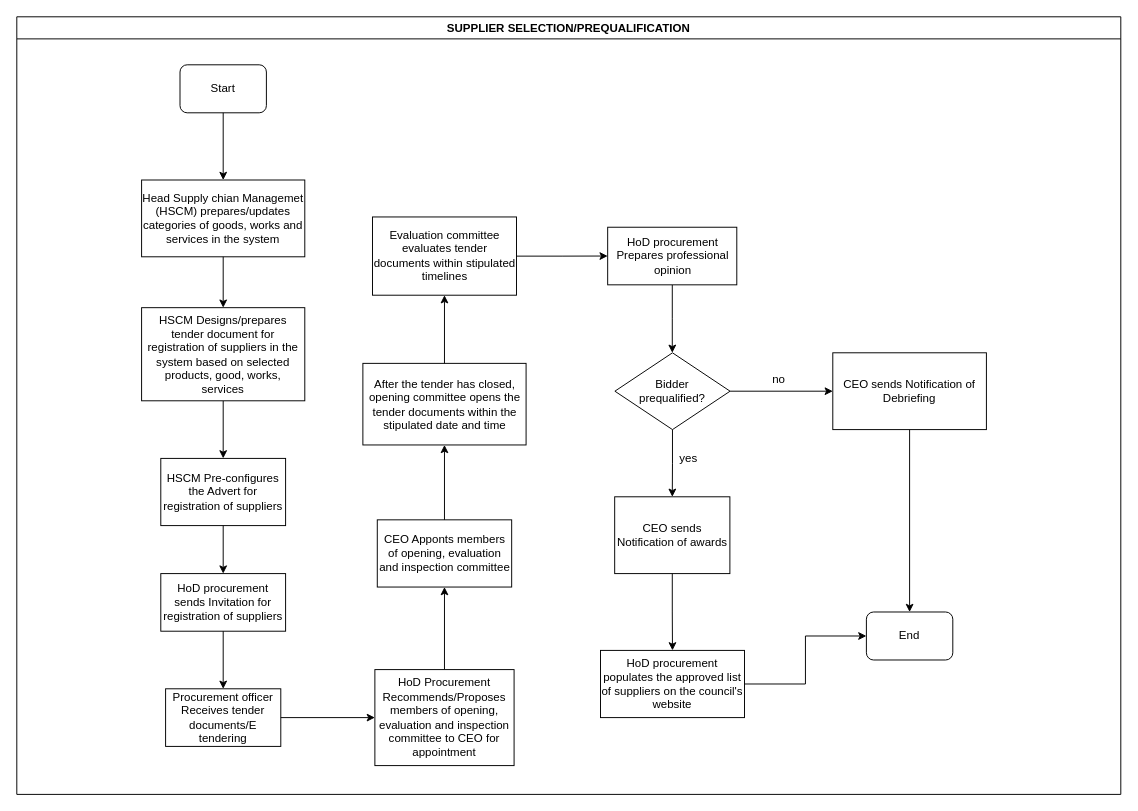
This is KEFRI-PROC-Supplier-Registration.drawio from kmagua/flowcharts, a draw.io file, before an edit. Source tidied: cells renumbered, new cells numbered last; positions are measured from the earlier drawing's top-left corner, leaving out a move shared by most shapes. Both pictures are drawn from the tidied source at 96%, with x=0, y=0 at pixel (16, 16).
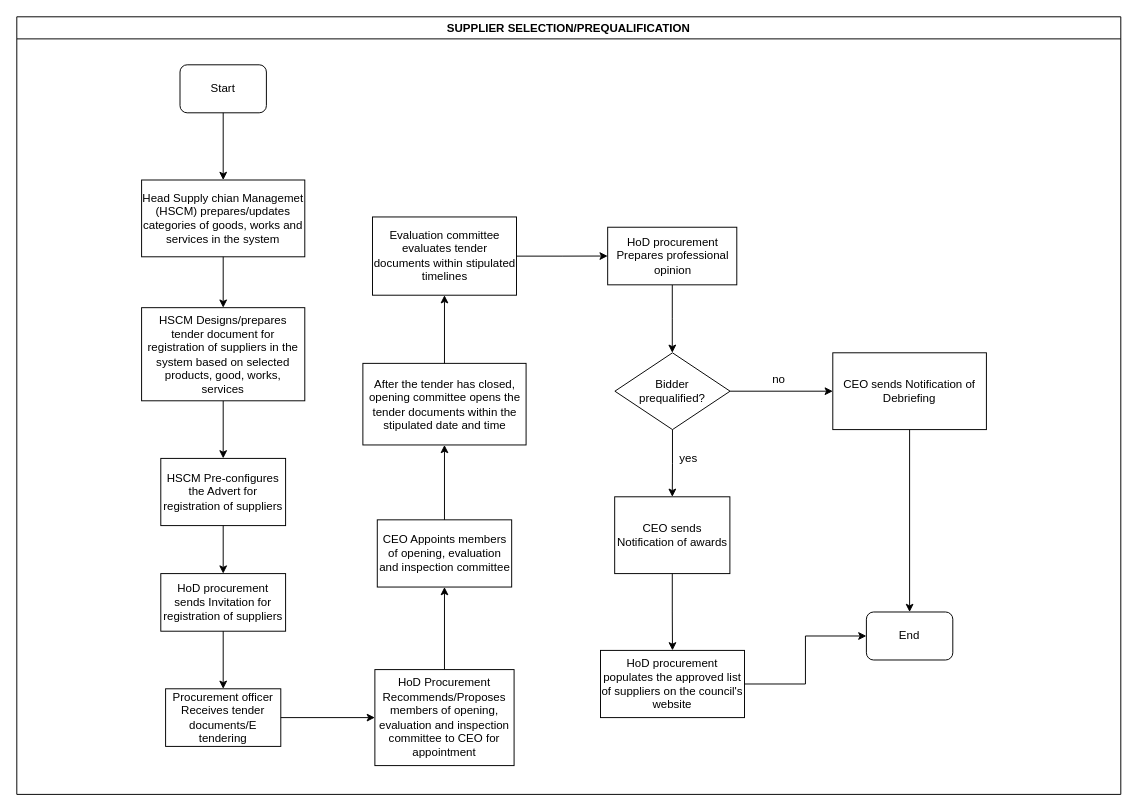
The same diagram, later.

The change refers to these unchanged cells:
```xml
<mxCell id="2" value="SUPPLIER SELECTION/PREQUALIFICATION" style="swimlane;" parent="1" vertex="1">
  <mxGeometry width="1150" height="810" as="geometry" />
</mxCell>
```

Change to the diagram source:
```diff
@@
-    <mxCell id="11" value="CEO Apponts members of opening, evaluation and inspection committee" style="whiteSpace=wrap;html=1;rounded=0;" parent="2" vertex="1">
+    <mxCell id="11" value="CEO Appoints members of opening, evaluation and inspection committee" style="whiteSpace=wrap;html=1;rounded=0;" parent="2" vertex="1">
       <mxGeometry x="375.5" y="524" width="140" height="70" as="geometry" />
     </mxCell>
```
